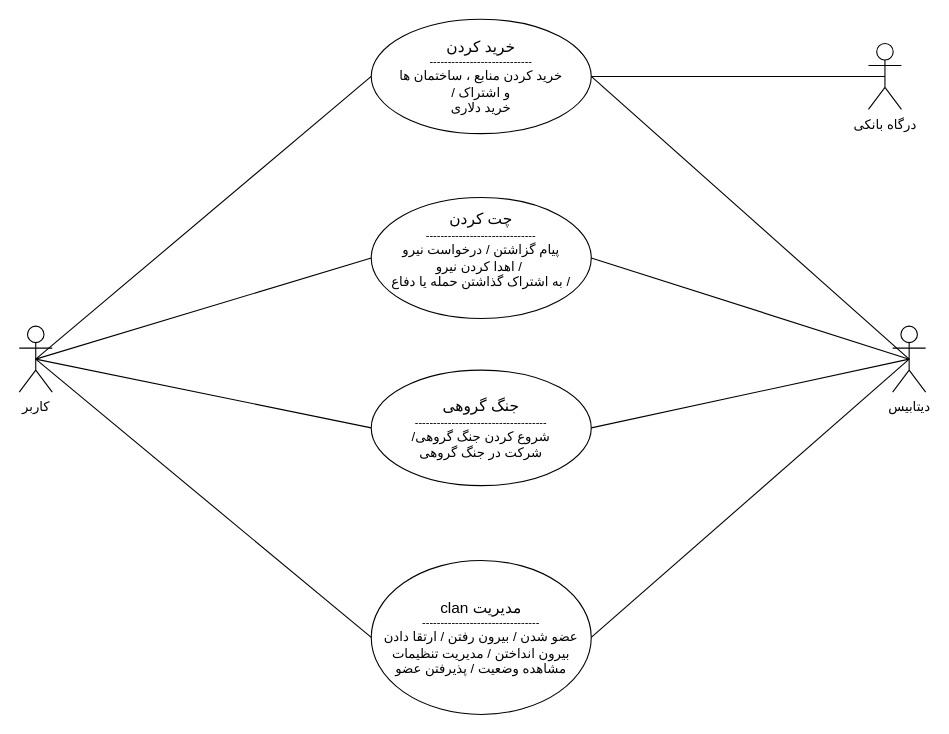
Before: page "Page-3" (3 of 3) of Use case.drawio in nimamdd/clash-of-clans, a draw.io diagram. Source tidied: cells renumbered, new cells numbered last; positions are measured from the earlier drawing's top-left corner, leaving out a move shared by most shapes. Both pictures are drawn from the tidied source at 110%, with x=0, y=0 at pixel (19, 19).
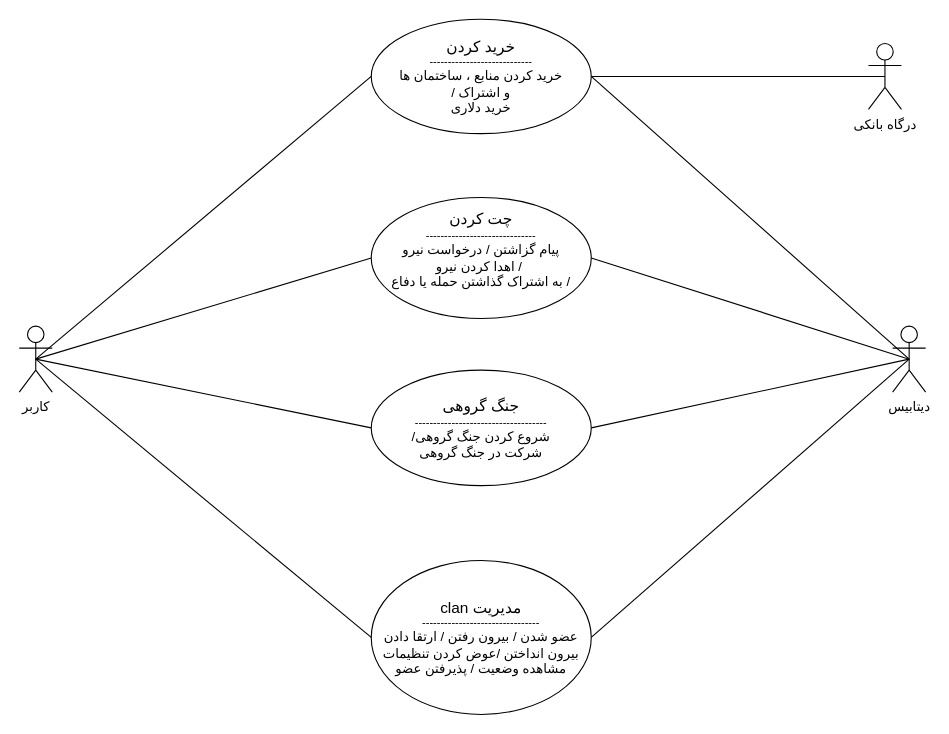
The same diagram, later.

Change to the diagram source:
```diff
@@
 <mxGraphModel>
   <root>
     <mxCell id="0" />
     <mxCell id="1" parent="0" />
     <mxCell id="2" style="edgeStyle=none;curved=1;rounded=0;jettySize=auto;html=1;exitX=0.5;exitY=0.5;exitDx=0;exitDy=0;exitPerimeter=0;entryX=0;entryY=0.5;entryDx=0;entryDy=0;fontSize=12;startSize=8;endSize=8;endArrow=none;endFill=0;" parent="1" edge="1" source="3" target="16">
       <mxGeometry relative="1" as="geometry" />
     </mxCell>
     <mxCell id="3" value="کاربر" style="shape=umlActor;verticalLabelPosition=bottom;verticalAlign=top;html=1;" parent="1" vertex="1">
       <mxGeometry y="279" width="30" height="60" as="geometry" />
     </mxCell>
     <mxCell id="4" value="&lt;div&gt;&lt;span style=&quot;font-size: 14px;&quot;&gt;خرید کردن&lt;/span&gt;&lt;br&gt;&lt;/div&gt;&lt;div style=&quot;font-size: 10px;&quot;&gt;&lt;span style=&quot;&quot;&gt;----------------------------&lt;/span&gt;&lt;/div&gt;&lt;div&gt;&lt;font style=&quot;font-size: 12px;&quot;&gt;خرید کردن منابع ، ساختمان ها&lt;/font&gt;&lt;/div&gt;&lt;div style=&quot;&quot;&gt;/ و اشتراک&lt;/div&gt;&lt;div style=&quot;&quot;&gt;خرید دلاری&lt;/div&gt;" style="ellipse;whiteSpace=wrap;html=1;" parent="1" vertex="1">
       <mxGeometry x="320" width="200" height="104" as="geometry" />
     </mxCell>
     <mxCell id="5" style="edgeStyle=none;curved=1;rounded=0;jettySize=auto;html=1;exitX=0;exitY=0.5;exitDx=0;exitDy=0;fontSize=12;entryX=0.5;entryY=0.5;entryDx=0;entryDy=0;entryPerimeter=0;endArrow=none;endFill=0;" parent="1" edge="1" source="6" target="3">
       <mxGeometry relative="1" as="geometry" />
     </mxCell>
     <mxCell id="6" value="&lt;div&gt;&lt;span style=&quot;font-size: 14px;&quot;&gt;چت کردن&lt;/span&gt;&lt;br&gt;&lt;/div&gt;&lt;div style=&quot;font-size: 10px;&quot;&gt;&lt;span style=&quot;&quot;&gt;------------------------------&lt;/span&gt;&lt;/div&gt;&lt;div style=&quot;&quot;&gt;پیام گزاشتن / درخواست نیرو&lt;/div&gt;&lt;div style=&quot;&quot;&gt;اهدا کردن نیرو /&amp;nbsp;&lt;/div&gt;&lt;div style=&quot;&quot;&gt;به اشتراک گذاشتن حمله یا دفاع /&lt;/div&gt;&lt;div style=&quot;&quot;&gt;&lt;br&gt;&lt;/div&gt;" style="ellipse;whiteSpace=wrap;html=1;" parent="1" vertex="1">
       <mxGeometry x="320" y="162" width="200" height="110" as="geometry" />
     </mxCell>
     <mxCell id="7" value="دیتابیس" style="shape=umlActor;verticalLabelPosition=bottom;verticalAlign=top;html=1;" parent="1" vertex="1">
       <mxGeometry x="794" y="279" width="30" height="60" as="geometry" />
     </mxCell>
     <mxCell id="8" style="edgeStyle=none;curved=1;rounded=0;jettySize=auto;html=1;exitX=0;exitY=0.5;exitDx=0;exitDy=0;entryX=0.5;entryY=0.5;entryDx=0;entryDy=0;entryPerimeter=0;fontSize=12;startSize=8;endSize=8;endArrow=none;endFill=0;" parent="1" edge="1" source="4" target="3">
       <mxGeometry relative="1" as="geometry" />
     </mxCell>
-    <mxCell id="9" value="&lt;font style=&quot;font-size: 14px;&quot;&gt;clan مدیریت&lt;/font&gt;&lt;div style=&quot;font-size: 10px;&quot;&gt;&lt;font style=&quot;font-size: 10px;&quot;&gt;--------------------------------&lt;/font&gt;&lt;/div&gt;&lt;div style=&quot;&quot;&gt;عضو شدن / بیرون رفتن / ارتقا دادن&lt;/div&gt;&lt;div style=&quot;&quot;&gt;بیرون انداختن / مدیریت تنظیمات&lt;/div&gt;&lt;div style=&quot;&quot;&gt;مشاهده وضعيت / پذیرفتن عضو&lt;/div&gt;" style="ellipse;whiteSpace=wrap;html=1;" parent="1" vertex="1">
+    <mxCell id="9" value="&lt;font style=&quot;font-size: 14px;&quot;&gt;clan مدیریت&lt;/font&gt;&lt;div style=&quot;font-size: 10px;&quot;&gt;&lt;font style=&quot;font-size: 10px;&quot;&gt;--------------------------------&lt;/font&gt;&lt;/div&gt;&lt;div style=&quot;&quot;&gt;عضو شدن / بیرون رفتن / ارتقا دادن&lt;/div&gt;&lt;div style=&quot;&quot;&gt;بیرون انداختن /عوض کردن تنظیمات&lt;/div&gt;&lt;div style=&quot;&quot;&gt;مشاهده وضعيت / پذیرفتن عضو&lt;/div&gt;" style="ellipse;whiteSpace=wrap;html=1;" parent="1" vertex="1">
       <mxGeometry x="320" y="492" width="200" height="140" as="geometry" />
     </mxCell>
     <mxCell id="10" style="edgeStyle=none;curved=1;rounded=0;jettySize=auto;html=1;exitX=0;exitY=0.5;exitDx=0;exitDy=0;entryX=0.5;entryY=0.5;entryDx=0;entryDy=0;entryPerimeter=0;fontSize=12;startSize=8;endSize=8;endArrow=none;endFill=0;" parent="1" edge="1" source="9" target="3">
       <mxGeometry relative="1" as="geometry" />
     </mxCell>
     <mxCell id="11" style="edgeStyle=none;curved=1;rounded=0;jettySize=auto;html=1;exitX=1;exitY=0.5;exitDx=0;exitDy=0;entryX=0.5;entryY=0.5;entryDx=0;entryDy=0;entryPerimeter=0;fontSize=12;startSize=8;endSize=8;endArrow=none;endFill=0;" parent="1" edge="1" source="6" target="7">
       <mxGeometry relative="1" as="geometry" />
     </mxCell>
     <mxCell id="12" style="edgeStyle=none;curved=1;rounded=0;jettySize=auto;html=1;exitX=1;exitY=0.5;exitDx=0;exitDy=0;entryX=0.5;entryY=0.5;entryDx=0;entryDy=0;entryPerimeter=0;fontSize=12;startSize=8;endSize=8;endArrow=none;endFill=0;" parent="1" edge="1" source="4" target="7">
       <mxGeometry relative="1" as="geometry" />
     </mxCell>
     <mxCell id="13" style="edgeStyle=none;curved=1;rounded=0;jettySize=auto;html=1;exitX=1;exitY=0.5;exitDx=0;exitDy=0;entryX=0.5;entryY=0.5;entryDx=0;entryDy=0;entryPerimeter=0;fontSize=12;startSize=8;endSize=8;endArrow=none;endFill=0;" parent="1" edge="1" source="9" target="7">
       <mxGeometry relative="1" as="geometry" />
     </mxCell>
     <mxCell id="14" value="درگاه بانکی" style="shape=umlActor;verticalLabelPosition=bottom;verticalAlign=top;html=1;" parent="1" vertex="1">
       <mxGeometry x="772" y="22" width="30" height="60" as="geometry" />
     </mxCell>
     <mxCell id="15" style="edgeStyle=none;curved=1;rounded=0;jettySize=auto;html=1;exitX=1;exitY=0.5;exitDx=0;exitDy=0;entryX=0.5;entryY=0.5;entryDx=0;entryDy=0;entryPerimeter=0;fontSize=12;startSize=8;endSize=8;endArrow=none;endFill=0;" parent="1" edge="1" source="4" target="14">
       <mxGeometry relative="1" as="geometry" />
     </mxCell>
     <mxCell id="16" value="&lt;font style=&quot;font-size: 14px;&quot;&gt;جنگ گروهی&lt;/font&gt;&lt;div style=&quot;font-size: 10px;&quot;&gt;------------------------------------&lt;/div&gt;&lt;div&gt;&lt;font style=&quot;font-size: 12px;&quot;&gt;/شروع کردن جنگ گروهی&lt;/font&gt;&lt;/div&gt;&lt;div&gt;&lt;font style=&quot;font-size: 12px;&quot;&gt;شرکت در جنگ گروهی&lt;/font&gt;&lt;/div&gt;" style="ellipse;whiteSpace=wrap;html=1;" parent="1" vertex="1">
       <mxGeometry x="320" y="319" width="200" height="105" as="geometry" />
     </mxCell>
     <mxCell id="17" style="edgeStyle=none;curved=1;rounded=0;jettySize=auto;html=1;exitX=1;exitY=0.5;exitDx=0;exitDy=0;entryX=0.5;entryY=0.5;entryDx=0;entryDy=0;entryPerimeter=0;fontSize=12;startSize=8;endSize=8;endArrow=none;endFill=0;" parent="1" edge="1" source="16" target="7">
       <mxGeometry relative="1" as="geometry" />
     </mxCell>
   </root>
 </mxGraphModel>
```
